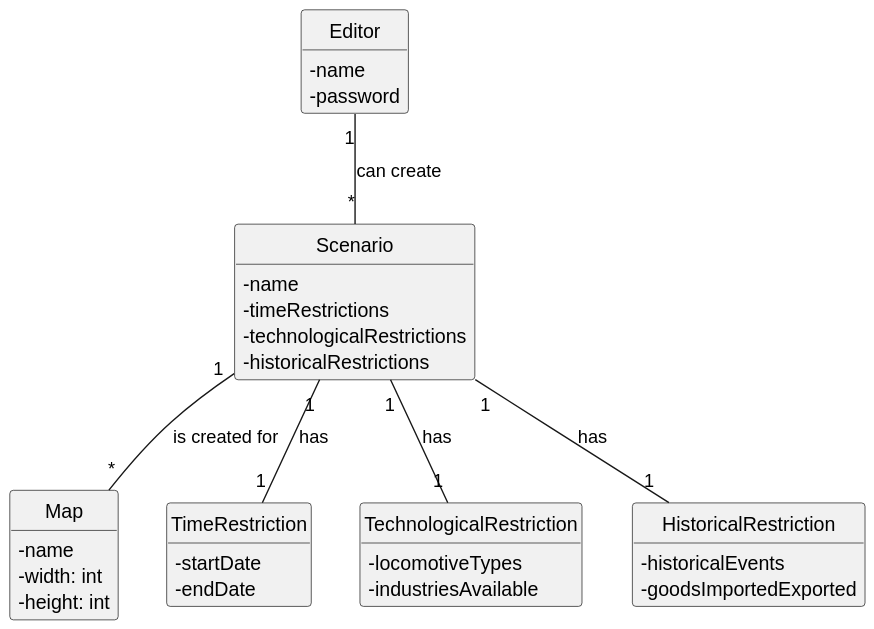
ivasduarte/all-aboard keeps this PlantUML diagram as docs/sprint3/us004/02.analysis/svg/us004-domain-model.svg. Above is the earlier version.
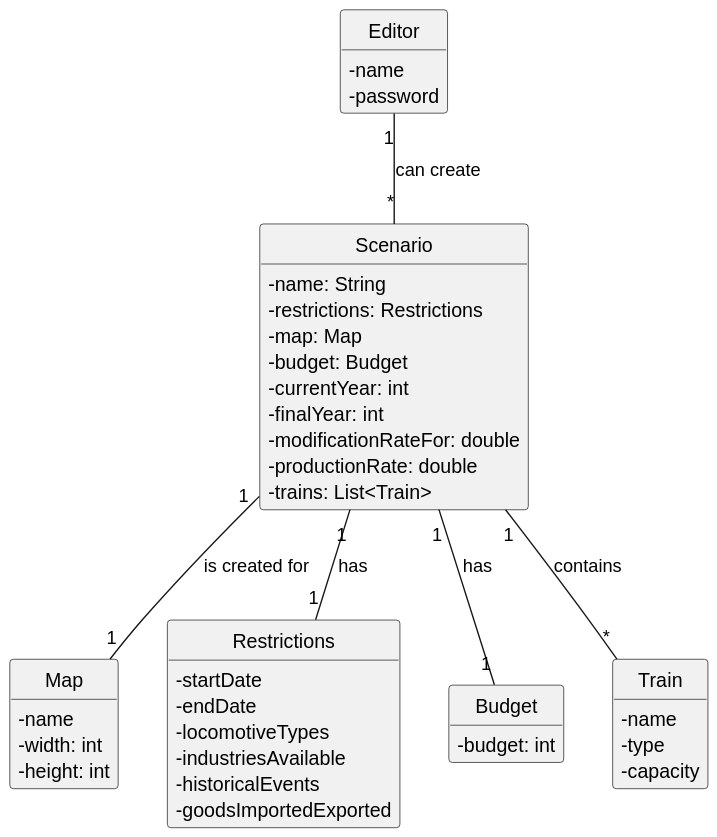
Above is the later version.

Diff of the diagram source:
```diff
@@ -13,10 +13,15 @@
 }
 
 class Scenario {
-  - name
-  - timeRestrictions
-  - technologicalRestrictions
-  - historicalRestrictions
+  - name: String
+  - restrictions: Restrictions
+  - map: Map
+  - budget: Budget
+  - currentYear: int
+  - finalYear: int
+  - modificationRateFor: double
+  - productionRate: double
+  - trains: List<Train>
 }
 
 class Map {
@@ -25,24 +30,28 @@
   - height: int
 }
 
-class TimeRestriction {
+class Restrictions {
   - startDate
   - endDate
-}
-
-class TechnologicalRestriction {
   - locomotiveTypes
   - industriesAvailable
-}
-
-class HistoricalRestriction {
   - historicalEvents
   - goodsImportedExported
 }
 
-Scenario "1" -- "*" Map : is created for
-Scenario "1" -- "1" TimeRestriction : has
-Scenario "1" -- "1" TechnologicalRestriction : has
-Scenario "1" -- "1" HistoricalRestriction : has
+class Budget {
+  - budget: int
+}
+
+class Train {
+  - name
+  - type
+  - capacity
+}
+
+Scenario "1" -- "1" Map : is created for
+Scenario "1" -- "1" Restrictions : has
+Scenario "1" -- "1" Budget : has
+Scenario "1" -- "*" Train : contains
 Editor "1" -- "*" Scenario : can create
 @enduml
```
